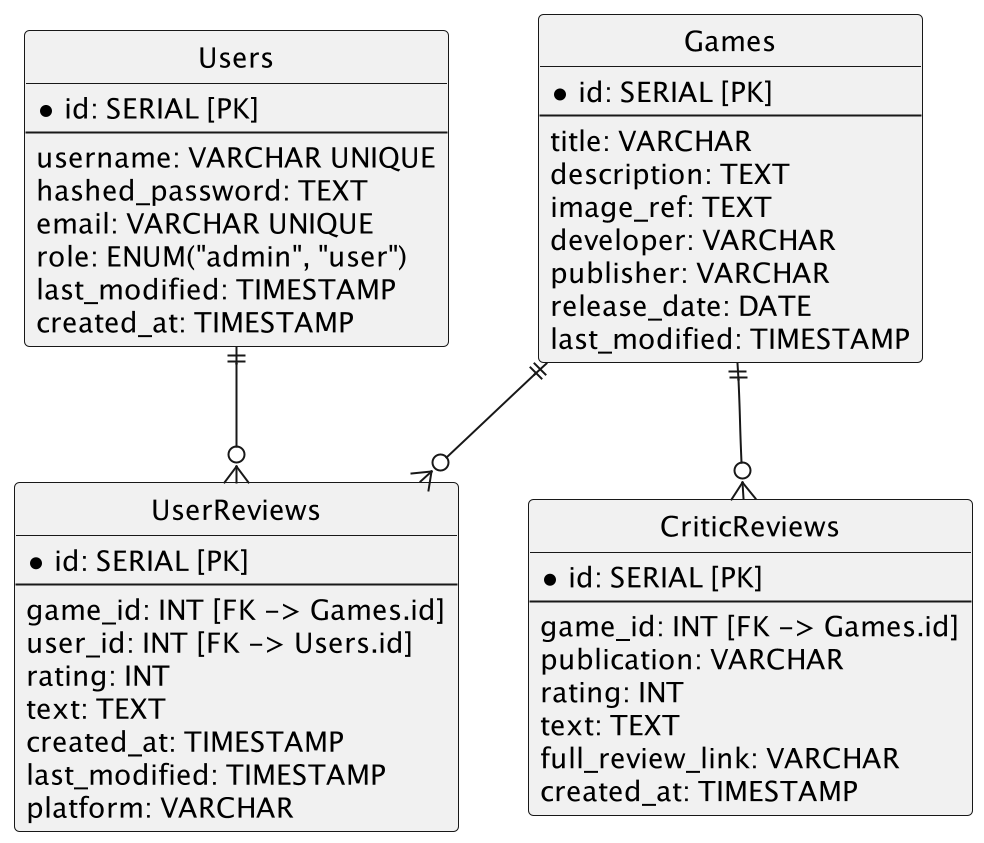
Above: sql_model/er.png in moevm/nosql1h25-review (PlantUML), before the change. Its source is kept beside it as sql_model/er.puml.
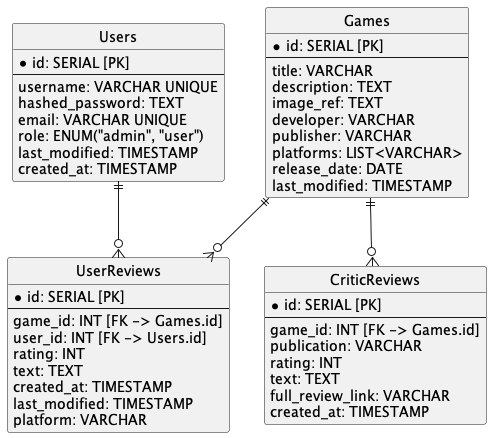
The same diagram one commit later.

Commit message:
add platforms to Games table

What changed in the source:
```diff
@@ -9,6 +9,7 @@
   image_ref: TEXT
   developer: VARCHAR
   publisher: VARCHAR
+  platforms: LIST<VARCHAR>
   release_date: DATE
   last_modified: TIMESTAMP
 }
```
